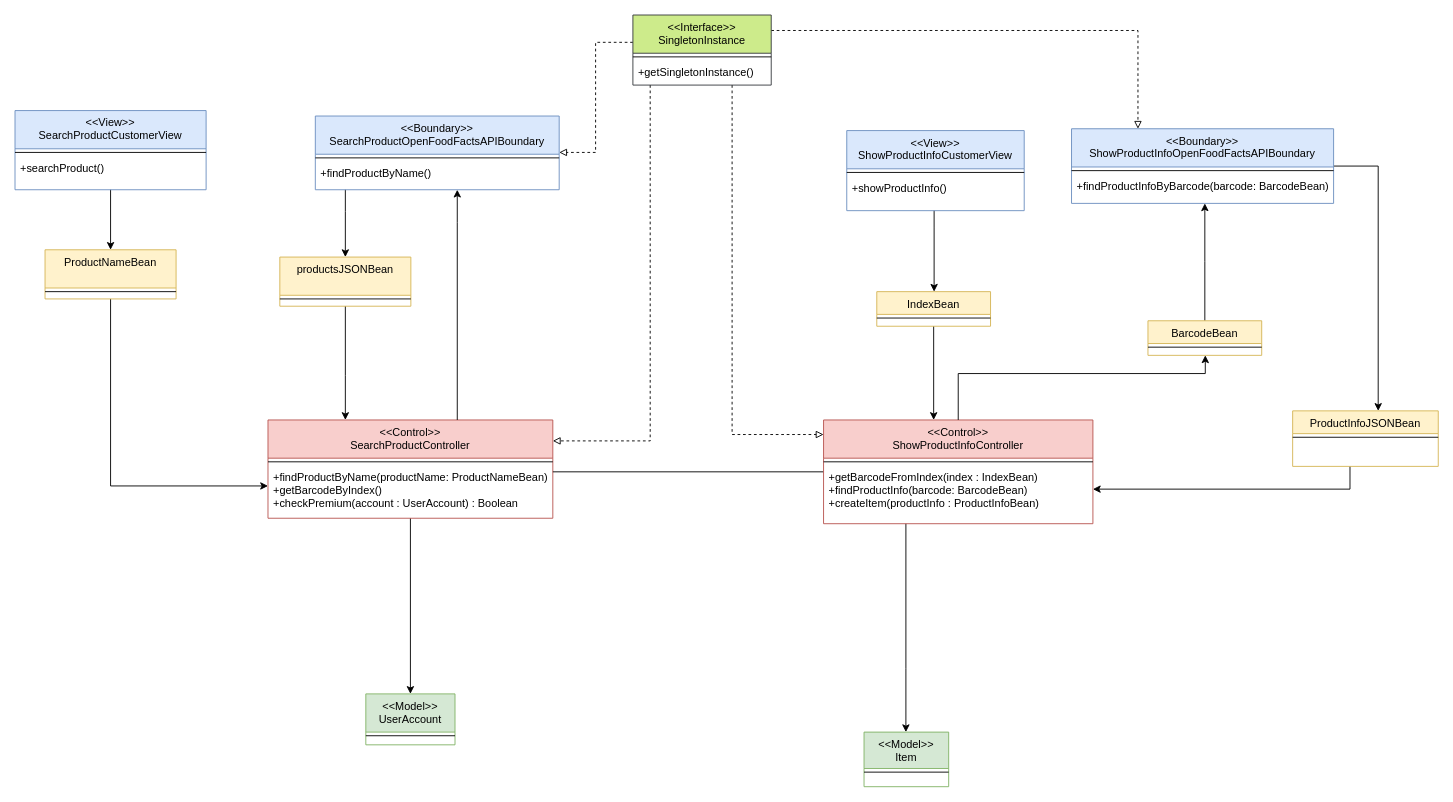
The draw.io diagram docx&pdf/ClassDiagram_BCE/DESIGN_SearchProduct.drawio in FredHats99/HealthyCart, before the edit. Source tidied: cells renumbered, new cells numbered last; positions are measured from the earlier drawing's top-left corner, leaving out a move shared by most shapes. Both pictures are drawn from the tidied source at 91%, with x=0, y=0 at pixel (15, 15).
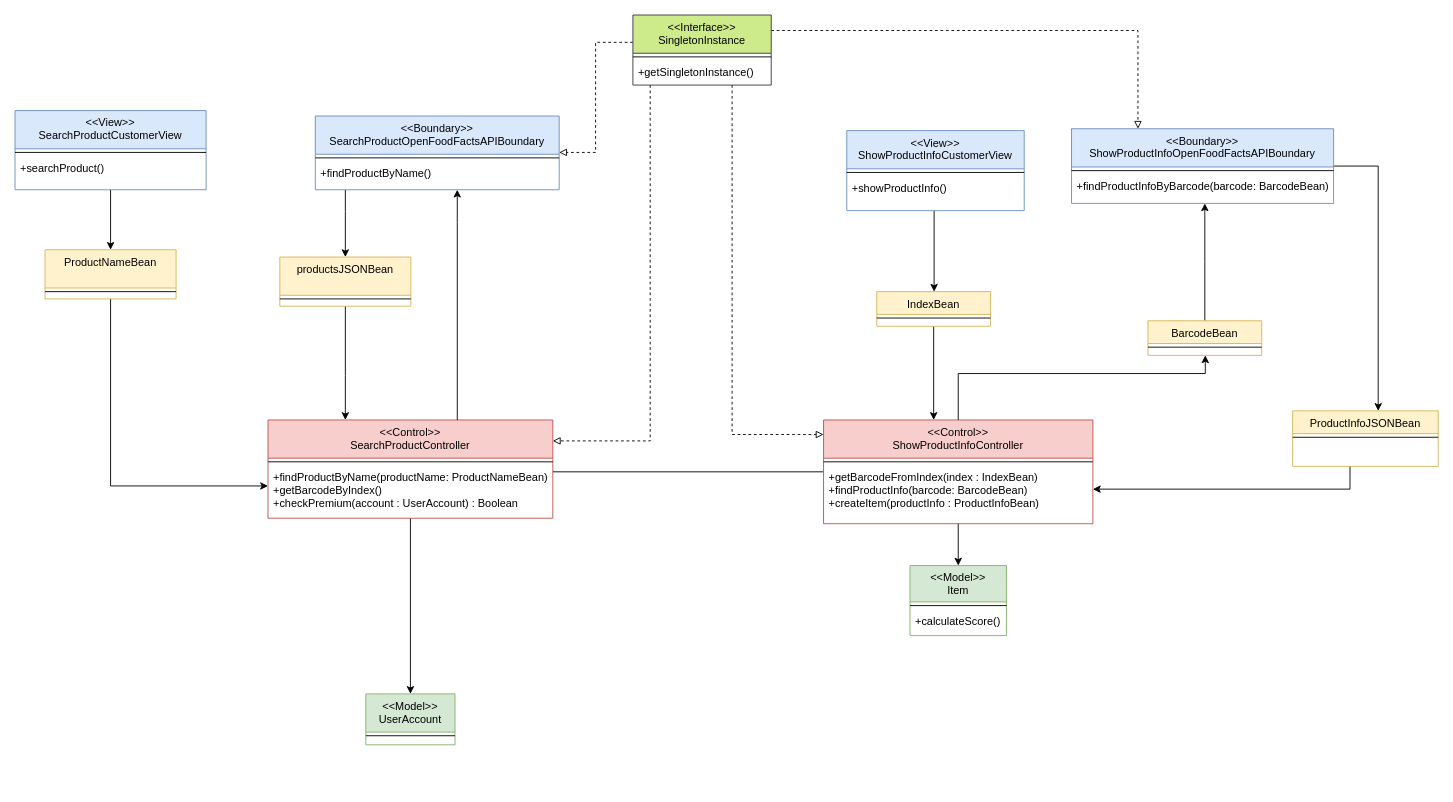
The same page after the edit.

Commit message (it also covers changes not shown here):
Applied the singleton design pattern to SearchProduct pt.3 + refining

Unchanged cells that the change refers to:
```xml
<mxCell id="26" value="&lt;&lt;Control&gt;&gt;&#10;ShowProductInfoController" style="swimlane;fontStyle=0;align=center;verticalAlign=top;horizontal=1;startSize=42;rounded=0;shadow=0;strokeWidth=1;fillColor=#f8cecc;strokeColor=#b85450;" parent="1" vertex="1">
  <mxGeometry x="888.5" y="445" width="296" height="114" as="geometry" />
</mxCell>
```

What changed in the source:
```diff
@@
     <mxCell id="4" value="&lt;&lt;Model&gt;&gt;&#10;Item" style="swimlane;fontStyle=0;align=center;verticalAlign=top;horizontal=1;startSize=40;rounded=0;shadow=0;strokeWidth=1;fillColor=#d5e8d4;strokeColor=#82b366;" parent="1" vertex="1">
-      <mxGeometry x="933" y="788" width="93" height="60" as="geometry" />
+      <mxGeometry x="983.5" y="605" width="106" height="77" as="geometry" />
     </mxCell>
     <mxCell id="5" style="line;html=1;strokeWidth=1;align=left;verticalAlign=middle;spacingTop=-1;spacingLeft=3;spacingRight=3;labelPosition=right;" parent="4" vertex="1">
-      <mxGeometry y="40" width="93" height="8" as="geometry" />
+      <mxGeometry y="40" width="106" height="8" as="geometry" />
     </mxCell>
-    <mxCell id="6" value="&#10; " style="text;align=left;verticalAlign=top;spacingLeft=4;spacingRight=4;overflow=hidden;" parent="4" vertex="1">
-      <mxGeometry y="48" width="93" height="12" as="geometry" />
+    <mxCell id="6" value="+calculateScore()&#10; " style="text;align=left;verticalAlign=top;spacingLeft=4;spacingRight=4;overflow=hidden;" parent="4" vertex="1">
+      <mxGeometry y="48" width="106" height="17" as="geometry" />
     </mxCell>
@@
     <mxCell id="25" style="edgeStyle=orthogonalEdgeStyle;rounded=0;jettySize=auto;html=1;startArrow=none;startFill=0;" parent="1" edge="1" source="26" target="4">
-      <mxGeometry relative="1" as="geometry">
-        <Array as="points">
-          <mxPoint x="979" y="718" />
-        </Array>
-      </mxGeometry>
+      <mxGeometry relative="1" as="geometry" />
     </mxCell>
```
